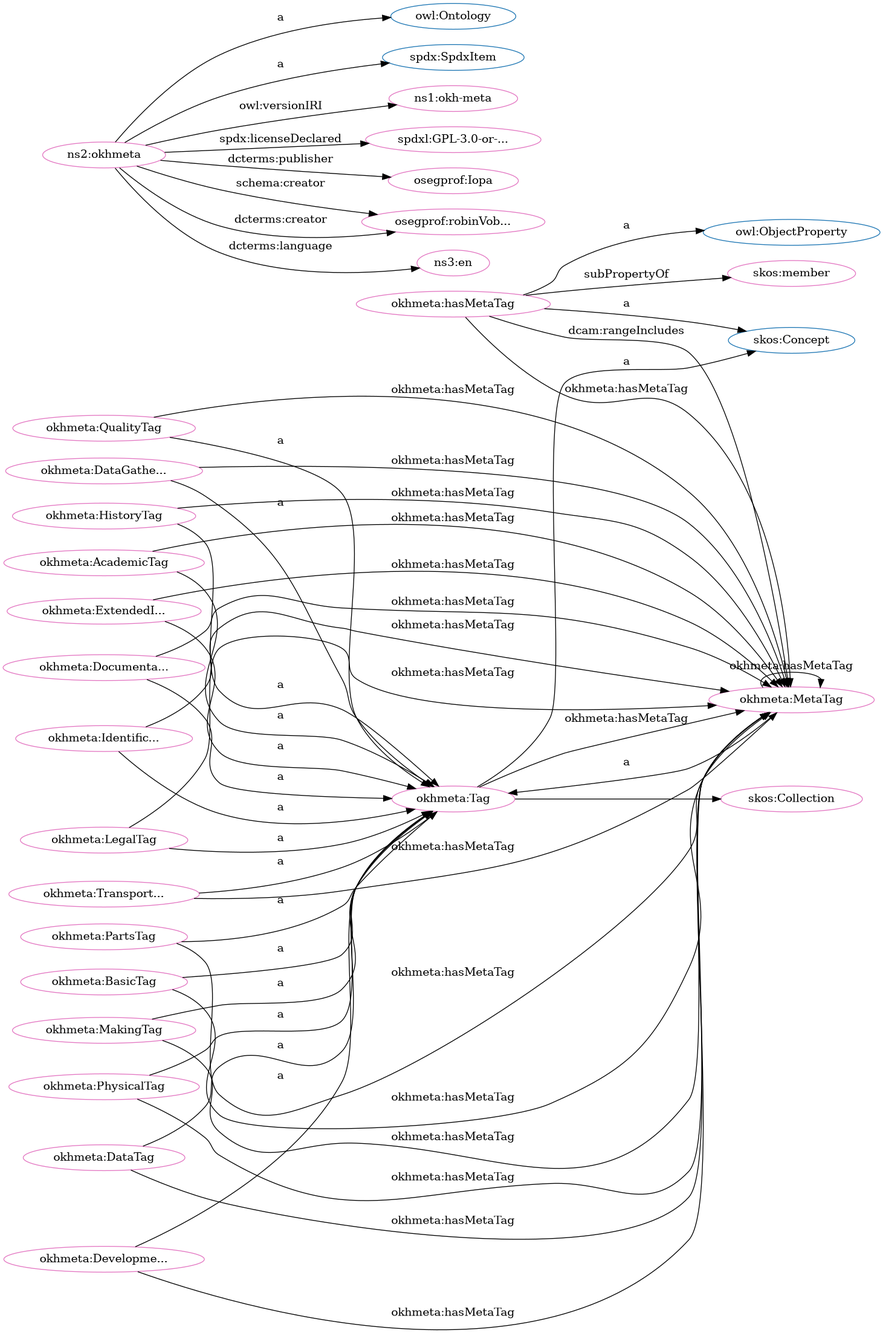
Above: src/spec/dot_okh-meta.png in iop-alliance/OpenKnowHow (Graphviz), before the change. Its source is kept beside it as src/spec/dot_okh-meta.dot.
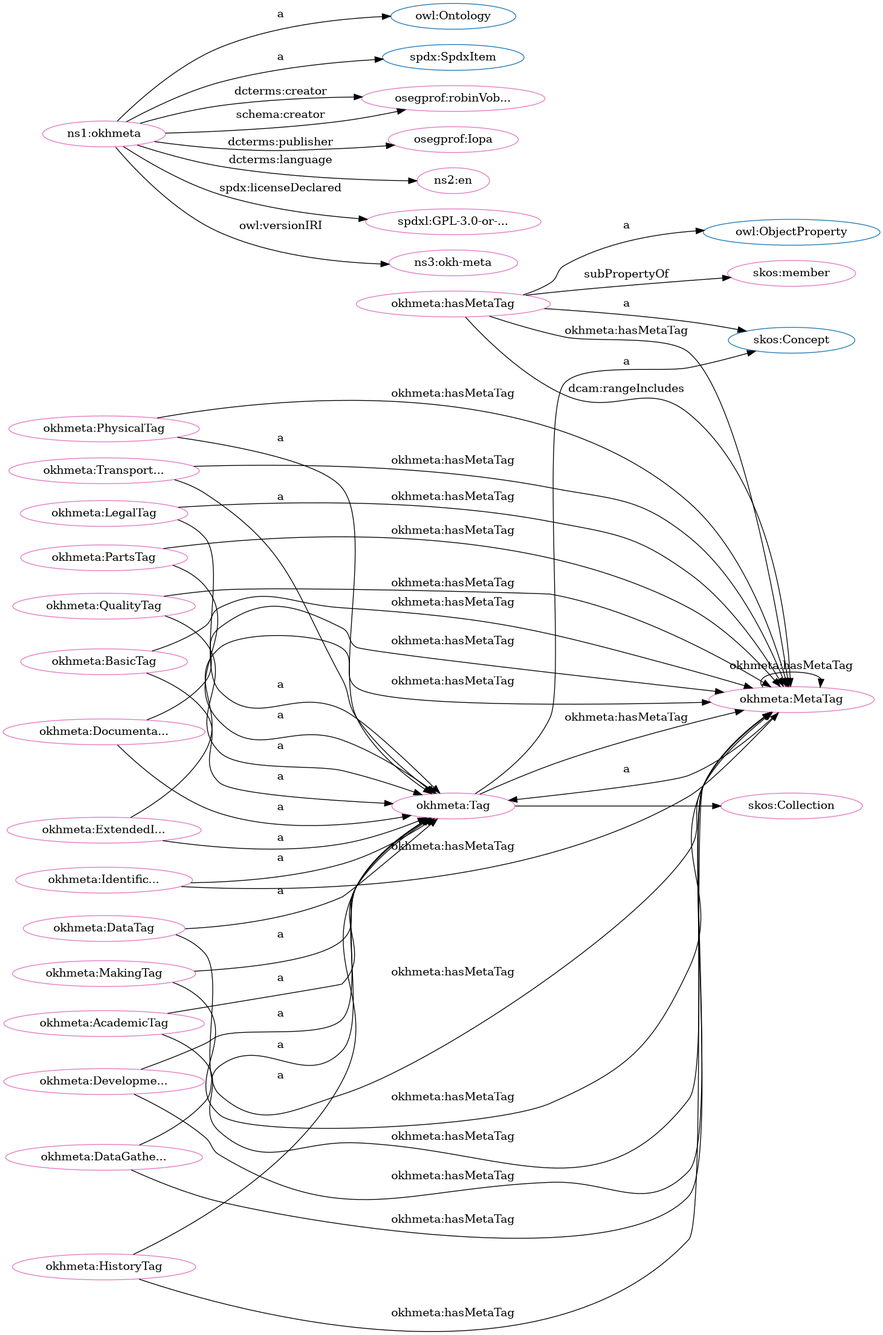
After the change.

Diff of the diagram source:
```diff
@@ -2,83 +2,83 @@
   rankdir=BT
   node[height=.3]
 "http://www.w3.org/2004/02/skos/core#Collection" [fillcolor="#1f77b4" color="#1f77b4" label="skos:Collection"]
+"http://www.w3.org/2002/07/owl#ObjectProperty" [fillcolor="#1f77b4" color="#1f77b4" label="owl:ObjectProperty"]
+"http://www.w3.org/2002/07/owl#Ontology" [fillcolor="#1f77b4" color="#1f77b4" label="owl:Ontology"]
+"http://www.w3.org/2004/02/skos/core#Concept" [fillcolor="#1f77b4" color="#1f77b4" label="skos:Concept"]
 "http://w3id.org/oseg/ont/okhmeta#Tag" [fillcolor="#1f77b4" color="#1f77b4" label="okhmeta:Tag"]
-"http://www.w3.org/2002/07/owl#Ontology" [fillcolor="#1f77b4" color="#1f77b4" label="owl:Ontology"]
-"http://www.w3.org/2002/07/owl#ObjectProperty" [fillcolor="#1f77b4" color="#1f77b4" label="owl:ObjectProperty"]
-"http://www.w3.org/2004/02/skos/core#Concept" [fillcolor="#1f77b4" color="#1f77b4" label="skos:Concept"]
 "http://spdx.org/rdf/terms#SpdxItem" [fillcolor="#1f77b4" color="#1f77b4" label="spdx:SpdxItem"]
-"http://w3id.org/oseg/ont/okhmeta#ExtendedInfoTag" [fillcolor="#e377c2" color="#e377c2" label="okhmeta:ExtendedI..."]
-"http://w3id.org/oseg/ont/okhmeta#PhysicalTag" [fillcolor="#e377c2" color="#e377c2" label="okhmeta:PhysicalTag"]
-"http://w3id.org/oseg/ont/1.1.0/okh-meta" [fillcolor="#e377c2" color="#e377c2" label="ns1:okh-meta"]
 "http://w3id.org/oseg/ont/okhmeta#MetaTag" [fillcolor="#e377c2" color="#e377c2" label="okhmeta:MetaTag"]
 "http://w3id.org/oseg/ont/okhmeta#QualityTag" [fillcolor="#e377c2" color="#e377c2" label="okhmeta:QualityTag"]
 "http://w3id.org/oseg/ont/okhmeta#hasMetaTag" [fillcolor="#e377c2" color="#e377c2" label="okhmeta:hasMetaTag"]
+"http://w3id.org/oseg/ont/okhmeta#DevelopmentTag" [fillcolor="#e377c2" color="#e377c2" label="okhmeta:Developme..."]
+"http://w3id.org/oseg/ont/oseg-profiles#robinVobruba" [fillcolor="#e377c2" color="#e377c2" label="osegprof:robinVob..."]
+"http://w3id.org/oseg/ont/okhmeta#PhysicalTag" [fillcolor="#e377c2" color="#e377c2" label="okhmeta:PhysicalTag"]
+"http://w3id.org/oseg/ont/okhmeta" [fillcolor="#e377c2" color="#e377c2" label="ns1:okhmeta"]
+"http://w3id.org/oseg/ont/okhmeta#DataTag" [fillcolor="#e377c2" color="#e377c2" label="okhmeta:DataTag"]
+"http://w3id.org/oseg/ont/okhmeta#AcademicTag" [fillcolor="#e377c2" color="#e377c2" label="okhmeta:AcademicTag"]
+"http://w3id.org/oseg/ont/okhmeta#TransportationTag" [fillcolor="#e377c2" color="#e377c2" label="okhmeta:Transport..."]
+"http://w3id.org/oseg/ont/okhmeta#LegalTag" [fillcolor="#e377c2" color="#e377c2" label="okhmeta:LegalTag"]
+"http://w3id.org/oseg/ont/okhmeta#IdentificationTag" [fillcolor="#e377c2" color="#e377c2" label="okhmeta:Identific..."]
+"http://w3id.org/oseg/ont/okhmeta#HistoryTag" [fillcolor="#e377c2" color="#e377c2" label="okhmeta:HistoryTag"]
+"http://w3id.org/oseg/ont/oseg-profiles#Iopa" [fillcolor="#e377c2" color="#e377c2" label="osegprof:Iopa"]
+"http://id.loc.gov/vocabulary/iso639-1/en" [fillcolor="#e377c2" color="#e377c2" label="ns2:en"]
+"http://www.w3.org/2004/02/skos/core#Collection" [fillcolor="#e377c2" color="#e377c2" label="skos:Collection"]
+"http://w3id.org/oseg/ont/okhmeta#DocumentationTag" [fillcolor="#e377c2" color="#e377c2" label="okhmeta:Documenta..."]
+"http://w3id.org/oseg/ont/okhmeta#DataGatheringTag" [fillcolor="#e377c2" color="#e377c2" label="okhmeta:DataGathe..."]
+"http://w3id.org/oseg/ont/okhmeta#ExtendedInfoTag" [fillcolor="#e377c2" color="#e377c2" label="okhmeta:ExtendedI..."]
+"http://spdx.org/licenses/GPL-3.0-or-later" [fillcolor="#e377c2" color="#e377c2" label="spdxl:GPL-3.0-or-..."]
+"http://w3id.org/oseg/ont/okhmeta#Tag" [fillcolor="#e377c2" color="#e377c2" label="okhmeta:Tag"]
+"http://w3id.org/oseg/ont/1.1.0/okh-meta" [fillcolor="#e377c2" color="#e377c2" label="ns3:okh-meta"]
+"http://www.w3.org/2004/02/skos/core#member" [fillcolor="#e377c2" color="#e377c2" label="skos:member"]
+"http://w3id.org/oseg/ont/okhmeta#MakingTag" [fillcolor="#e377c2" color="#e377c2" label="okhmeta:MakingTag"]
+"http://w3id.org/oseg/ont/okhmeta#BasicTag" [fillcolor="#e377c2" color="#e377c2" label="okhmeta:BasicTag"]
 "http://w3id.org/oseg/ont/okhmeta#PartsTag" [fillcolor="#e377c2" color="#e377c2" label="okhmeta:PartsTag"]
-"http://w3id.org/oseg/ont/okhmeta" [fillcolor="#e377c2" color="#e377c2" label="ns2:okhmeta"]
-"http://w3id.org/oseg/ont/okhmeta#MakingTag" [fillcolor="#e377c2" color="#e377c2" label="okhmeta:MakingTag"]
-"http://w3id.org/oseg/ont/okhmeta#DataGatheringTag" [fillcolor="#e377c2" color="#e377c2" label="okhmeta:DataGathe..."]
-"http://w3id.org/oseg/ont/okhmeta#HistoryTag" [fillcolor="#e377c2" color="#e377c2" label="okhmeta:HistoryTag"]
-"http://w3id.org/oseg/ont/okhmeta#TransportationTag" [fillcolor="#e377c2" color="#e377c2" label="okhmeta:Transport..."]
-"http://w3id.org/oseg/ont/okhmeta#DevelopmentTag" [fillcolor="#e377c2" color="#e377c2" label="okhmeta:Developme..."]
-"http://w3id.org/oseg/ont/okhmeta#Tag" [fillcolor="#e377c2" color="#e377c2" label="okhmeta:Tag"]
-"http://spdx.org/licenses/GPL-3.0-or-later" [fillcolor="#e377c2" color="#e377c2" label="spdxl:GPL-3.0-or-..."]
-"http://www.w3.org/2004/02/skos/core#member" [fillcolor="#e377c2" color="#e377c2" label="skos:member"]
-"http://www.w3.org/2004/02/skos/core#Collection" [fillcolor="#e377c2" color="#e377c2" label="skos:Collection"]
-"http://w3id.org/oseg/ont/oseg-profiles#Iopa" [fillcolor="#e377c2" color="#e377c2" label="osegprof:Iopa"]
-"http://w3id.org/oseg/ont/okhmeta#IdentificationTag" [fillcolor="#e377c2" color="#e377c2" label="okhmeta:Identific..."]
-"http://w3id.org/oseg/ont/oseg-profiles#robinVobruba" [fillcolor="#e377c2" color="#e377c2" label="osegprof:robinVob..."]
-"http://w3id.org/oseg/ont/okhmeta#DataTag" [fillcolor="#e377c2" color="#e377c2" label="okhmeta:DataTag"]
-"http://w3id.org/oseg/ont/okhmeta#LegalTag" [fillcolor="#e377c2" color="#e377c2" label="okhmeta:LegalTag"]
-"http://w3id.org/oseg/ont/okhmeta#BasicTag" [fillcolor="#e377c2" color="#e377c2" label="okhmeta:BasicTag"]
-"http://w3id.org/oseg/ont/okhmeta#DocumentationTag" [fillcolor="#e377c2" color="#e377c2" label="okhmeta:Documenta..."]
-"http://id.loc.gov/vocabulary/iso639-1/en" [fillcolor="#e377c2" color="#e377c2" label="ns3:en"]
-"http://w3id.org/oseg/ont/okhmeta#AcademicTag" [fillcolor="#e377c2" color="#e377c2" label="okhmeta:AcademicTag"]
-  "http://w3id.org/oseg/ont/okhmeta#ExtendedInfoTag" -> "http://w3id.org/oseg/ont/okhmeta#Tag" [label="a"]
-  "http://w3id.org/oseg/ont/okhmeta#PhysicalTag" -> "http://w3id.org/oseg/ont/okhmeta#Tag" [label="a"]
-  "http://w3id.org/oseg/ont/okhmeta" -> "http://w3id.org/oseg/ont/1.1.0/okh-meta" [label="owl:versionIRI"]
-  "http://w3id.org/oseg/ont/okhmeta#QualityTag" -> "http://w3id.org/oseg/ont/okhmeta#Tag" [label="a"]
-  "http://w3id.org/oseg/ont/okhmeta#PartsTag" -> "http://w3id.org/oseg/ont/okhmeta#Tag" [label="a"]
-  "http://w3id.org/oseg/ont/okhmeta#MakingTag" -> "http://w3id.org/oseg/ont/okhmeta#Tag" [label="a"]
-  "http://w3id.org/oseg/ont/okhmeta#DataGatheringTag" -> "http://w3id.org/oseg/ont/okhmeta#Tag" [label="a"]
+  "http://w3id.org/oseg/ont/okhmeta#PhysicalTag" -> "http://w3id.org/oseg/ont/okhmeta#MetaTag" [label="okhmeta:hasMetaTag"]
+  "http://w3id.org/oseg/ont/okhmeta#AcademicTag" -> "http://w3id.org/oseg/ont/okhmeta#MetaTag" [label="okhmeta:hasMetaTag"]
+  "http://w3id.org/oseg/ont/okhmeta#hasMetaTag" -> "http://www.w3.org/2002/07/owl#ObjectProperty" [label="a"]
+  "http://w3id.org/oseg/ont/okhmeta#HistoryTag" -> "http://w3id.org/oseg/ont/okhmeta#MetaTag" [label="okhmeta:hasMetaTag"]
   "http://w3id.org/oseg/ont/okhmeta#Tag" -> "http://w3id.org/oseg/ont/okhmeta#MetaTag" [label="okhmeta:hasMetaTag"]
-  "http://w3id.org/oseg/ont/okhmeta#HistoryTag" -> "http://w3id.org/oseg/ont/okhmeta#Tag" [label="a"]
-  "http://w3id.org/oseg/ont/okhmeta#hasMetaTag" -> "http://www.w3.org/2002/07/owl#ObjectProperty" [label="a"]
-  "http://w3id.org/oseg/ont/okhmeta#hasMetaTag" -> "http://w3id.org/oseg/ont/okhmeta#MetaTag" [label="dcam:rangeIncludes"]
-  "http://w3id.org/oseg/ont/okhmeta#DevelopmentTag" -> "http://w3id.org/oseg/ont/okhmeta#MetaTag" [label="okhmeta:hasMetaTag"]
-  "http://w3id.org/oseg/ont/okhmeta#DevelopmentTag" -> "http://w3id.org/oseg/ont/okhmeta#Tag" [label="a"]
-  "http://w3id.org/oseg/ont/okhmeta#PartsTag" -> "http://w3id.org/oseg/ont/okhmeta#MetaTag" [label="okhmeta:hasMetaTag"]
   "http://w3id.org/oseg/ont/okhmeta#DataGatheringTag" -> "http://w3id.org/oseg/ont/okhmeta#MetaTag" [label="okhmeta:hasMetaTag"]
-  "http://w3id.org/oseg/ont/okhmeta#BasicTag" -> "http://w3id.org/oseg/ont/okhmeta#MetaTag" [label="okhmeta:hasMetaTag"]
-  "http://w3id.org/oseg/ont/okhmeta#HistoryTag" -> "http://w3id.org/oseg/ont/okhmeta#MetaTag" [label="okhmeta:hasMetaTag"]
-  "http://w3id.org/oseg/ont/okhmeta" -> "http://w3id.org/oseg/ont/oseg-profiles#robinVobruba" [label="schema:creator"]
+  "http://w3id.org/oseg/ont/okhmeta#ExtendedInfoTag" -> "http://w3id.org/oseg/ont/okhmeta#MetaTag" [label="okhmeta:hasMetaTag"]
+  "http://w3id.org/oseg/ont/okhmeta" -> "http://www.w3.org/2002/07/owl#Ontology" [label="a"]
+  "http://w3id.org/oseg/ont/okhmeta#DataTag" -> "http://w3id.org/oseg/ont/okhmeta#Tag" [label="a"]
+  "http://w3id.org/oseg/ont/okhmeta#TransportationTag" -> "http://w3id.org/oseg/ont/okhmeta#Tag" [label="a"]
+  "http://w3id.org/oseg/ont/okhmeta#LegalTag" -> "http://w3id.org/oseg/ont/okhmeta#Tag" [label="a"]
+  "http://w3id.org/oseg/ont/okhmeta#IdentificationTag" -> "http://w3id.org/oseg/ont/okhmeta#Tag" [label="a"]
   "http://w3id.org/oseg/ont/okhmeta" -> "http://w3id.org/oseg/ont/oseg-profiles#robinVobruba" [label="dcterms:creator"]
-  "http://w3id.org/oseg/ont/okhmeta#LegalTag" -> "http://w3id.org/oseg/ont/okhmeta#MetaTag" [label="okhmeta:hasMetaTag"]
-  "http://w3id.org/oseg/ont/okhmeta#BasicTag" -> "http://w3id.org/oseg/ont/okhmeta#Tag" [label="a"]
   "http://w3id.org/oseg/ont/okhmeta#DocumentationTag" -> "http://w3id.org/oseg/ont/okhmeta#Tag" [label="a"]
   "http://w3id.org/oseg/ont/okhmeta#MetaTag" -> "http://w3id.org/oseg/ont/okhmeta#Tag" [label="a"]
-  "http://w3id.org/oseg/ont/okhmeta" -> "http://www.w3.org/2002/07/owl#Ontology" [label="a"]
+  "http://w3id.org/oseg/ont/okhmeta#Tag" -> "http://www.w3.org/2004/02/skos/core#Concept" [label="a"]
+  "http://w3id.org/oseg/ont/okhmeta#IdentificationTag" -> "http://w3id.org/oseg/ont/okhmeta#MetaTag" [label="okhmeta:hasMetaTag"]
+  "http://w3id.org/oseg/ont/okhmeta#MakingTag" -> "http://w3id.org/oseg/ont/okhmeta#MetaTag" [label="okhmeta:hasMetaTag"]
+  "http://w3id.org/oseg/ont/okhmeta#DocumentationTag" -> "http://w3id.org/oseg/ont/okhmeta#MetaTag" [label="okhmeta:hasMetaTag"]
+  "http://w3id.org/oseg/ont/okhmeta" -> "http://w3id.org/oseg/ont/1.1.0/okh-meta" [label="owl:versionIRI"]
+  "http://w3id.org/oseg/ont/okhmeta#hasMetaTag" -> "http://www.w3.org/2004/02/skos/core#member" [label="subPropertyOf"]
+  "http://w3id.org/oseg/ont/okhmeta#BasicTag" -> "http://w3id.org/oseg/ont/okhmeta#Tag" [label="a"]
+  "http://w3id.org/oseg/ont/okhmeta#PartsTag" -> "http://w3id.org/oseg/ont/okhmeta#Tag" [label="a"]
+  "http://w3id.org/oseg/ont/okhmeta#QualityTag" -> "http://w3id.org/oseg/ont/okhmeta#Tag" [label="a"]
+  "http://w3id.org/oseg/ont/okhmeta#DataTag" -> "http://w3id.org/oseg/ont/okhmeta#MetaTag" [label="okhmeta:hasMetaTag"]
+  "http://w3id.org/oseg/ont/okhmeta#TransportationTag" -> "http://w3id.org/oseg/ont/okhmeta#MetaTag" [label="okhmeta:hasMetaTag"]
+  "http://w3id.org/oseg/ont/okhmeta#LegalTag" -> "http://w3id.org/oseg/ont/okhmeta#MetaTag" [label="okhmeta:hasMetaTag"]
+  "http://w3id.org/oseg/ont/okhmeta#DevelopmentTag" -> "http://w3id.org/oseg/ont/okhmeta#Tag" [label="a"]
+  "http://w3id.org/oseg/ont/okhmeta" -> "http://w3id.org/oseg/ont/oseg-profiles#robinVobruba" [label="schema:creator"]
+  "http://w3id.org/oseg/ont/okhmeta#PhysicalTag" -> "http://w3id.org/oseg/ont/okhmeta#Tag" [label="a"]
+  "http://w3id.org/oseg/ont/okhmeta#AcademicTag" -> "http://w3id.org/oseg/ont/okhmeta#Tag" [label="a"]
+  "http://w3id.org/oseg/ont/okhmeta#hasMetaTag" -> "http://w3id.org/oseg/ont/okhmeta#MetaTag" [label="okhmeta:hasMetaTag"]
+  "http://w3id.org/oseg/ont/okhmeta" -> "http://spdx.org/rdf/terms#SpdxItem" [label="a"]
+  "http://w3id.org/oseg/ont/okhmeta#HistoryTag" -> "http://w3id.org/oseg/ont/okhmeta#Tag" [label="a"]
+  "http://w3id.org/oseg/ont/okhmeta#DevelopmentTag" -> "http://w3id.org/oseg/ont/okhmeta#MetaTag" [label="okhmeta:hasMetaTag"]
+  "http://w3id.org/oseg/ont/okhmeta" -> "http://w3id.org/oseg/ont/oseg-profiles#Iopa" [label="dcterms:publisher"]
   "http://w3id.org/oseg/ont/okhmeta" -> "http://id.loc.gov/vocabulary/iso639-1/en" [label="dcterms:language"]
-  "http://w3id.org/oseg/ont/okhmeta#AcademicTag" -> "http://w3id.org/oseg/ont/okhmeta#Tag" [label="a"]
+  "http://w3id.org/oseg/ont/okhmeta#Tag" -> "http://www.w3.org/2004/02/skos/core#Collection" [label=""]
+  "http://w3id.org/oseg/ont/okhmeta#DataGatheringTag" -> "http://w3id.org/oseg/ont/okhmeta#Tag" [label="a"]
+  "http://w3id.org/oseg/ont/okhmeta#ExtendedInfoTag" -> "http://w3id.org/oseg/ont/okhmeta#Tag" [label="a"]
+  "http://w3id.org/oseg/ont/okhmeta#hasMetaTag" -> "http://w3id.org/oseg/ont/okhmeta#MetaTag" [label="dcam:rangeIncludes"]
+  "http://w3id.org/oseg/ont/okhmeta" -> "http://spdx.org/licenses/GPL-3.0-or-later" [label="spdx:licenseDeclared"]
+  "http://w3id.org/oseg/ont/okhmeta#BasicTag" -> "http://w3id.org/oseg/ont/okhmeta#MetaTag" [label="okhmeta:hasMetaTag"]
+  "http://w3id.org/oseg/ont/okhmeta#PartsTag" -> "http://w3id.org/oseg/ont/okhmeta#MetaTag" [label="okhmeta:hasMetaTag"]
+  "http://w3id.org/oseg/ont/okhmeta#hasMetaTag" -> "http://www.w3.org/2004/02/skos/core#Concept" [label="a"]
   "http://w3id.org/oseg/ont/okhmeta#QualityTag" -> "http://w3id.org/oseg/ont/okhmeta#MetaTag" [label="okhmeta:hasMetaTag"]
-  "http://w3id.org/oseg/ont/okhmeta#hasMetaTag" -> "http://www.w3.org/2004/02/skos/core#Concept" [label="a"]
-  "http://w3id.org/oseg/ont/okhmeta#MakingTag" -> "http://w3id.org/oseg/ont/okhmeta#MetaTag" [label="okhmeta:hasMetaTag"]
-  "http://w3id.org/oseg/ont/okhmeta" -> "http://spdx.org/rdf/terms#SpdxItem" [label="a"]
-  "http://w3id.org/oseg/ont/okhmeta#TransportationTag" -> "http://w3id.org/oseg/ont/okhmeta#Tag" [label="a"]
+  "http://w3id.org/oseg/ont/okhmeta#MakingTag" -> "http://w3id.org/oseg/ont/okhmeta#Tag" [label="a"]
   "http://w3id.org/oseg/ont/okhmeta#MetaTag" -> "http://w3id.org/oseg/ont/okhmeta#MetaTag" [label="okhmeta:hasMetaTag"]
-  "http://w3id.org/oseg/ont/okhmeta#IdentificationTag" -> "http://w3id.org/oseg/ont/okhmeta#MetaTag" [label="okhmeta:hasMetaTag"]
-  "http://w3id.org/oseg/ont/okhmeta#Tag" -> "http://www.w3.org/2004/02/skos/core#Concept" [label="a"]
-  "http://w3id.org/oseg/ont/okhmeta" -> "http://spdx.org/licenses/GPL-3.0-or-later" [label="spdx:licenseDeclared"]
-  "http://w3id.org/oseg/ont/okhmeta#hasMetaTag" -> "http://www.w3.org/2004/02/skos/core#member" [label="subPropertyOf"]
-  "http://w3id.org/oseg/ont/okhmeta#Tag" -> "http://www.w3.org/2004/02/skos/core#Collection" [label=""]
-  "http://w3id.org/oseg/ont/okhmeta" -> "http://w3id.org/oseg/ont/oseg-profiles#Iopa" [label="dcterms:publisher"]
-  "http://w3id.org/oseg/ont/okhmeta#DataTag" -> "http://w3id.org/oseg/ont/okhmeta#MetaTag" [label="okhmeta:hasMetaTag"]
-  "http://w3id.org/oseg/ont/okhmeta#IdentificationTag" -> "http://w3id.org/oseg/ont/okhmeta#Tag" [label="a"]
-  "http://w3id.org/oseg/ont/okhmeta#hasMetaTag" -> "http://w3id.org/oseg/ont/okhmeta#MetaTag" [label="okhmeta:hasMetaTag"]
-  "http://w3id.org/oseg/ont/okhmeta#TransportationTag" -> "http://w3id.org/oseg/ont/okhmeta#MetaTag" [label="okhmeta:hasMetaTag"]
-  "http://w3id.org/oseg/ont/okhmeta#DataTag" -> "http://w3id.org/oseg/ont/okhmeta#Tag" [label="a"]
-  "http://w3id.org/oseg/ont/okhmeta#LegalTag" -> "http://w3id.org/oseg/ont/okhmeta#Tag" [label="a"]
-  "http://w3id.org/oseg/ont/okhmeta#ExtendedInfoTag" -> "http://w3id.org/oseg/ont/okhmeta#MetaTag" [label="okhmeta:hasMetaTag"]
-  "http://w3id.org/oseg/ont/okhmeta#PhysicalTag" -> "http://w3id.org/oseg/ont/okhmeta#MetaTag" [label="okhmeta:hasMetaTag"]
-  "http://w3id.org/oseg/ont/okhmeta#DocumentationTag" -> "http://w3id.org/oseg/ont/okhmeta#MetaTag" [label="okhmeta:hasMetaTag"]
-  "http://w3id.org/oseg/ont/okhmeta#AcademicTag" -> "http://w3id.org/oseg/ont/okhmeta#MetaTag" [label="okhmeta:hasMetaTag"]
 }
```
